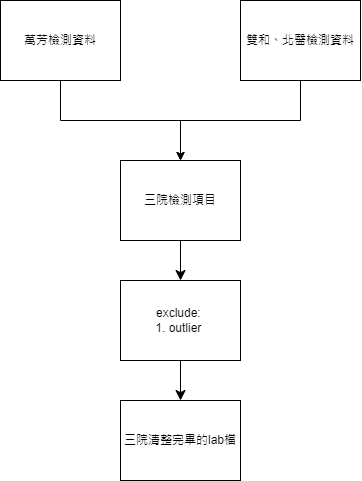
Before: 分析/lab_flowchart.drawio.png, a diagram exported from draw.io (VinceOY/Disease_analysis). Source tidied: cells renumbered, new cells last; positions are measured from the earlier drawing's top-left corner, leaving out a move shared by most shapes.
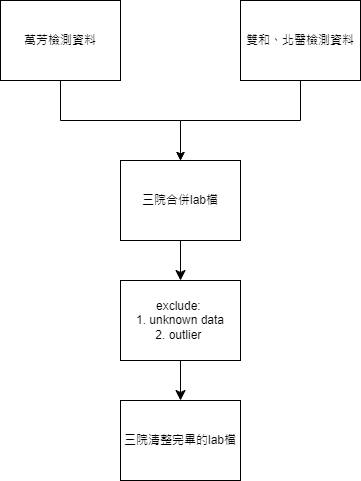
Later version of the same file.

The edit, as a diff of the source:
```diff
@@ -31,13 +31,13 @@
     <mxCell id="6" style="edgeStyle=none;curved=1;rounded=0;jettySize=auto;html=1;entryX=0.5;entryY=0;entryDx=0;entryDy=0;fontSize=12;startSize=8;endSize=8;" parent="1" edge="1" source="7" target="9">
       <mxGeometry relative="1" as="geometry" />
     </mxCell>
-    <mxCell id="7" value="&lt;div style=&quot;&quot;&gt;&lt;div style=&quot;&quot;&gt;三院檢測項目&lt;/div&gt;&lt;/div&gt;" style="rounded=0;whiteSpace=wrap;html=1;align=center;" parent="1" vertex="1">
+    <mxCell id="7" value="&lt;div style=&quot;&quot;&gt;&lt;div style=&quot;&quot;&gt;三院合併lab檔&lt;/div&gt;&lt;/div&gt;" style="rounded=0;whiteSpace=wrap;html=1;align=center;" parent="1" vertex="1">
       <mxGeometry x="120" y="160" width="120" height="80" as="geometry" />
     </mxCell>
     <mxCell id="8" style="edgeStyle=none;curved=1;rounded=0;jettySize=auto;html=1;entryX=0.5;entryY=0;entryDx=0;entryDy=0;fontSize=12;startSize=8;endSize=8;" parent="1" edge="1" source="9" target="10">
       <mxGeometry relative="1" as="geometry" />
     </mxCell>
-    <mxCell id="9" value="&lt;div style=&quot;&quot;&gt;&lt;div style=&quot;&quot;&gt;exclude:&amp;nbsp;&lt;/div&gt;&lt;div style=&quot;&quot;&gt;1. outlier&amp;nbsp;&lt;/div&gt;&lt;/div&gt;" style="rounded=0;whiteSpace=wrap;html=1;align=center;" parent="1" vertex="1">
+    <mxCell id="9" value="&lt;div style=&quot;&quot;&gt;&lt;div style=&quot;&quot;&gt;exclude:&amp;nbsp;&lt;/div&gt;&lt;div style=&quot;&quot;&gt;1. unknown data&lt;/div&gt;&lt;div style=&quot;&quot;&gt;2. outlier&amp;nbsp;&lt;/div&gt;&lt;/div&gt;" style="rounded=0;whiteSpace=wrap;html=1;align=center;" parent="1" vertex="1">
       <mxGeometry x="120" y="280" width="120" height="80" as="geometry" />
     </mxCell>
     <mxCell id="10" value="&lt;div style=&quot;&quot;&gt;&lt;div style=&quot;&quot;&gt;三院清整完畢的lab檔&lt;/div&gt;&lt;/div&gt;" style="rounded=0;whiteSpace=wrap;html=1;align=center;" parent="1" vertex="1">
```
